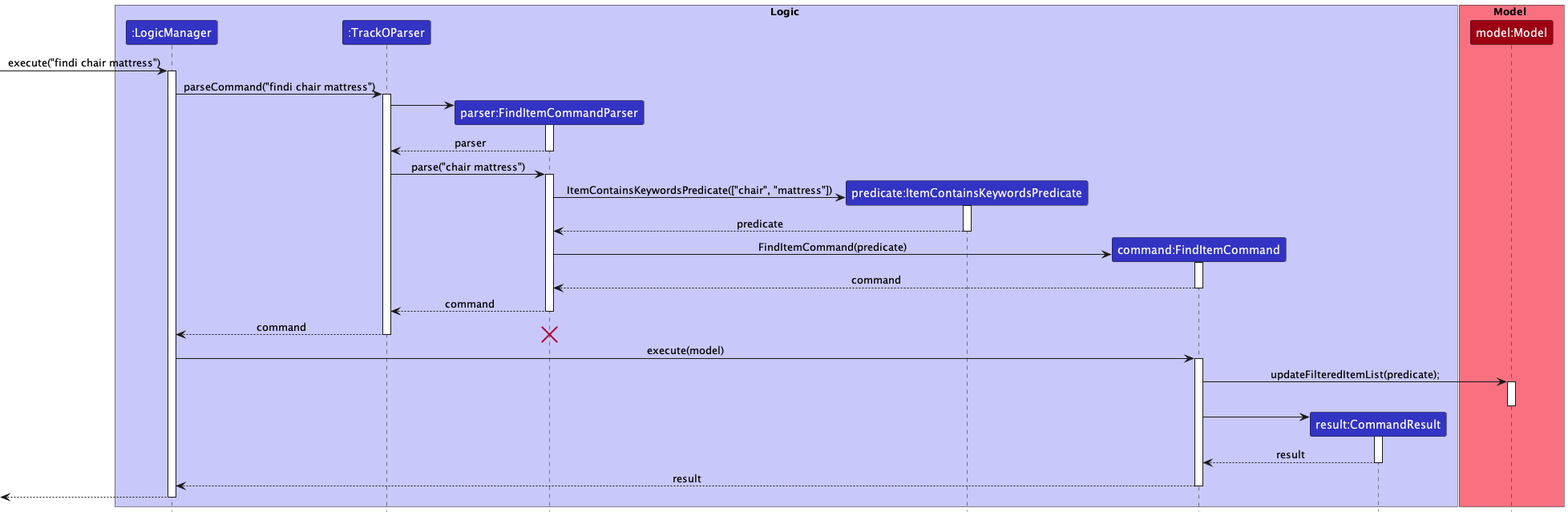
The PlantUML diagram docs/images/FindItemSequenceDiagram.png in nus-cs2103-AY2223S1/tp, before a commit.
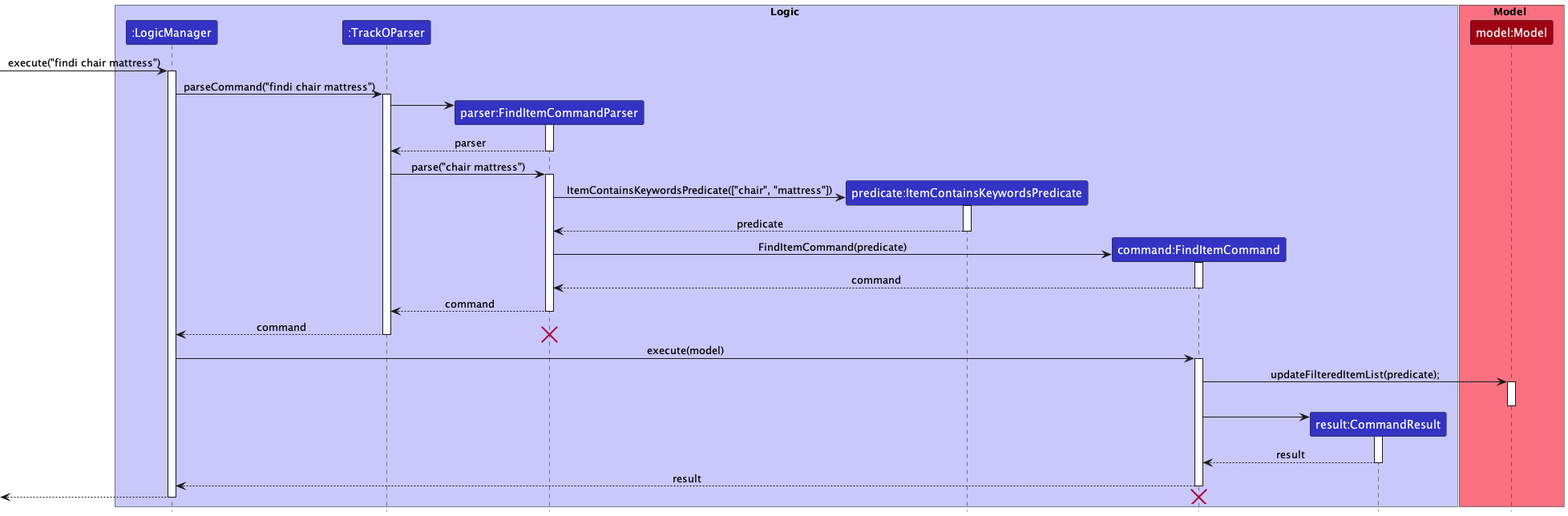
Above is the later version.

What changed in the source:
```diff
@@ -70,6 +70,9 @@
 
 FindItemCommand --> LogicManager : result
 deactivate FindItemCommand
+
 [<--LogicManager
+
+destroy FindItemCommand
 deactivate LogicManager
 @enduml
```
